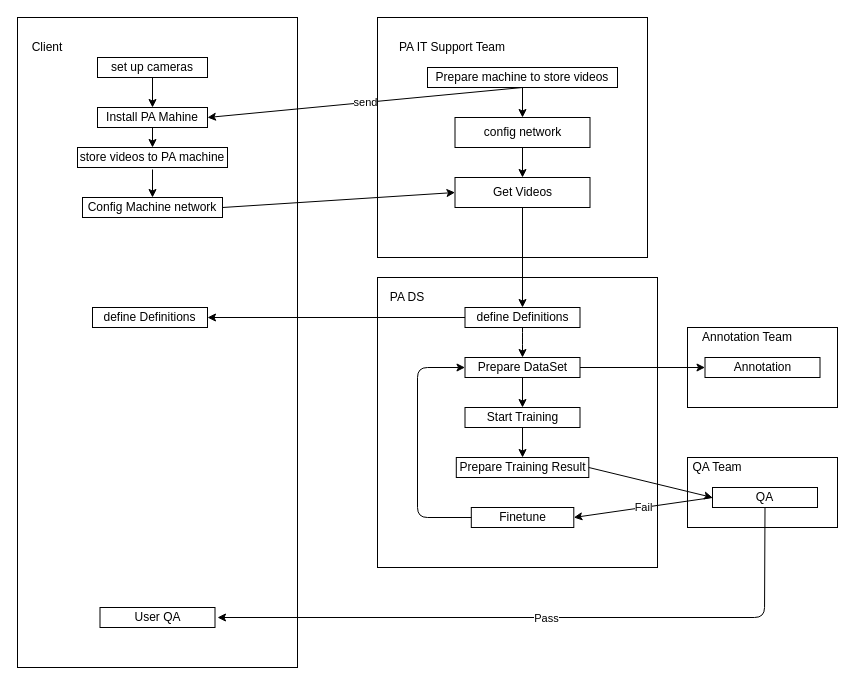
Above: Customized RealTime VA Flow.drawio in QAlexBall/diagrams (draw.io), before the change. Source tidied: cells renumbered, new cells numbered last; positions are measured from the earlier drawing's top-left corner, leaving out a move shared by most shapes. Both pictures are drawn from the tidied source at 100%, with x=0, y=0 at pixel (17, 17).
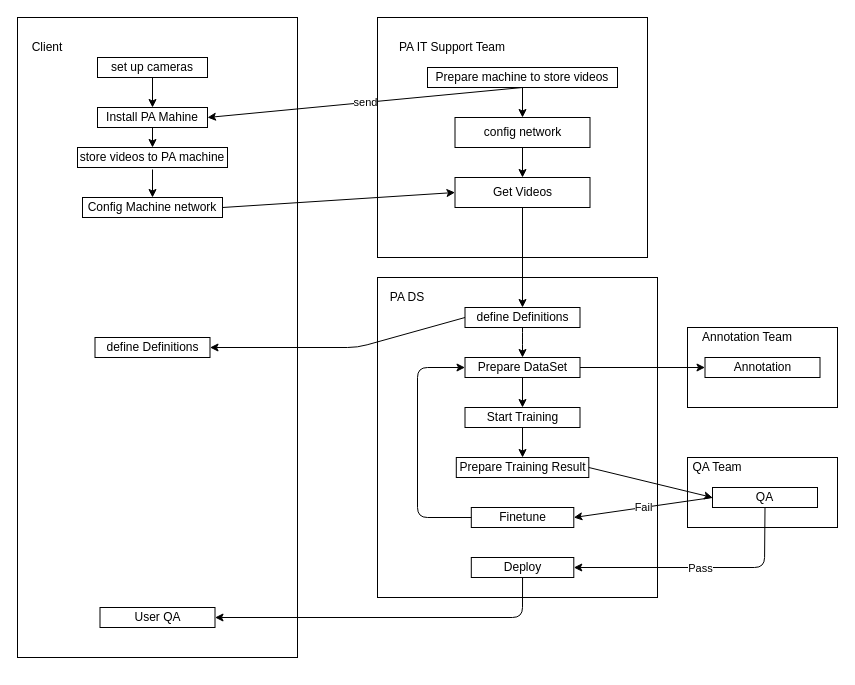
After the change.

Unchanged cells that the change refers to:
```xml
<mxCell id="24" value="define Definitions" style="rounded=0;whiteSpace=wrap;html=1;" parent="1" vertex="1">
  <mxGeometry x="447.5" y="290" width="115" height="20" as="geometry" />
</mxCell>
<mxCell id="36" value="QA" style="rounded=0;whiteSpace=wrap;html=1;" parent="1" vertex="1">
  <mxGeometry x="695" y="470" width="105" height="20" as="geometry" />
</mxCell>
<mxCell id="44" value="User QA" style="rounded=0;whiteSpace=wrap;html=1;" parent="1" vertex="1">
  <mxGeometry x="82.5" y="590" width="115" height="20" as="geometry" />
</mxCell>
```

The edit, as a diff of the source:
```diff
@@
     <mxCell id="2" style="rounded=0;whiteSpace=wrap;html=1;" parent="1" vertex="1">
-      <mxGeometry width="280" height="650" as="geometry" />
+      <mxGeometry width="280" height="640" as="geometry" />
     </mxCell>
@@
     <mxCell id="21" style="rounded=0;whiteSpace=wrap;html=1;" parent="1" vertex="1">
-      <mxGeometry x="360" y="260" width="280" height="290" as="geometry" />
+      <mxGeometry x="360" y="260" width="280" height="320" as="geometry" />
     </mxCell>
@@
     <mxCell id="25" value="define Definitions" style="rounded=0;whiteSpace=wrap;html=1;" parent="1" vertex="1">
-      <mxGeometry x="75" y="290" width="115" height="20" as="geometry" />
+      <mxGeometry x="77.5" y="320" width="115" height="20" as="geometry" />
     </mxCell>
@@
-    <mxCell id="42" style="endArrow=classic;html=1;exitX=0.5;exitY=1;exitDx=0;exitDy=0;" parent="1" edge="1" source="36">
+    <mxCell id="42" style="endArrow=classic;html=1;exitX=0.5;exitY=1;exitDx=0;exitDy=0;entryX=1;entryY=0.5;entryDx=0;entryDy=0;" parent="1" edge="1" source="36" target="48">
       <mxGeometry relative="1" as="geometry">
-        <mxPoint x="200" y="600" as="targetPoint" />
         <Array as="points">
-          <mxPoint x="747" y="600" />
+          <mxPoint x="747" y="550" />
         </Array>
       </mxGeometry>
     </mxCell>
@@
     <mxCell id="47" style="endArrow=classic;html=1;exitX=0;exitY=0.5;exitDx=0;exitDy=0;entryX=1;entryY=0.5;entryDx=0;entryDy=0;" parent="1" edge="1" source="24" target="25">
-      <mxGeometry relative="1" as="geometry" />
+      <mxGeometry relative="1" as="geometry">
+        <Array as="points">
+          <mxPoint x="340" y="330" />
+        </Array>
+      </mxGeometry>
     </mxCell>
+    <mxCell id="48" value="Deploy" style="rounded=0;whiteSpace=wrap;html=1;" parent="1" vertex="1">
+      <mxGeometry x="453.8" y="540" width="102.5" height="20" as="geometry" />
+    </mxCell>
+    <mxCell id="49" style="endArrow=classic;html=1;exitX=0.5;exitY=1;exitDx=0;exitDy=0;entryX=1;entryY=0.5;entryDx=0;entryDy=0;" parent="1" edge="1" source="48" target="44">
+      <mxGeometry relative="1" as="geometry">
+        <Array as="points">
+          <mxPoint x="505" y="600" />
+        </Array>
+      </mxGeometry>
+    </mxCell>
```
